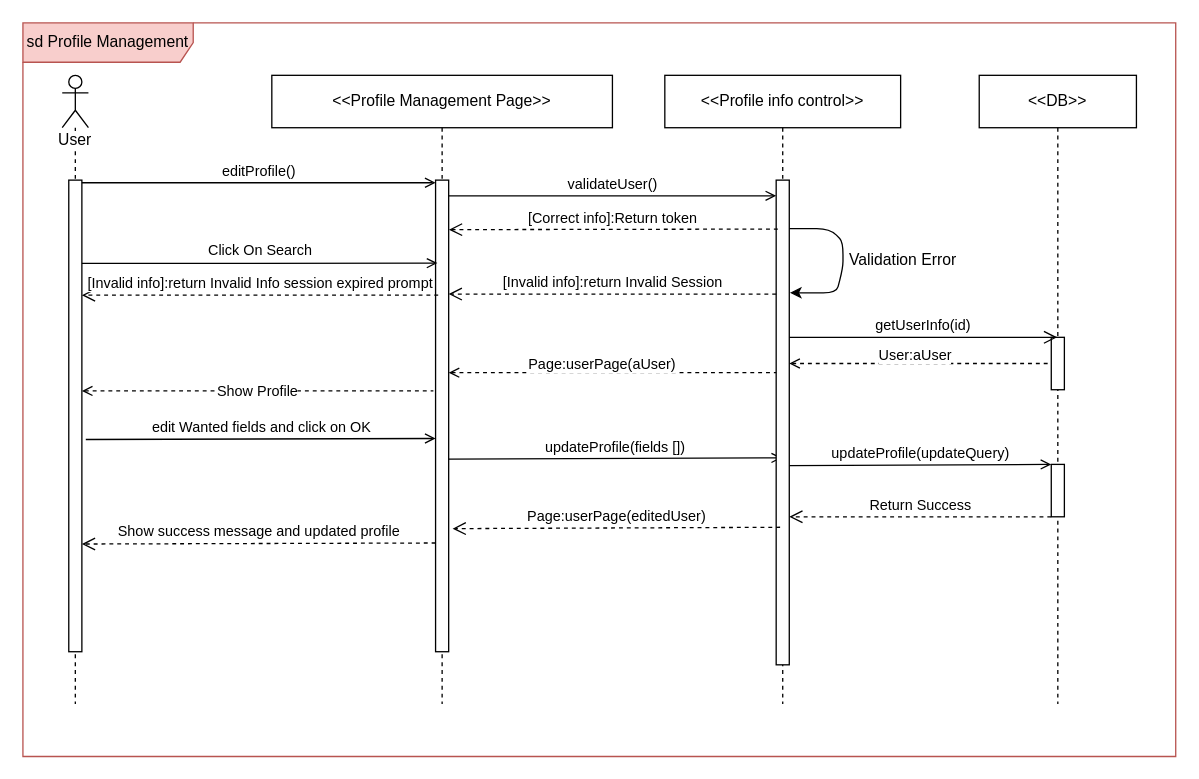
Before: page "ProfileManagement-SD" (7 of 20) of SequenceDiagram/Middleware_CarBaMaSequenceDiagram.drawio in MelvinMo/CarBaMa_Automotive-Sale-Application, a draw.io diagram. Source tidied: cells renumbered, new cells numbered last; positions are measured from the earlier drawing's top-left corner, leaving out a move shared by most shapes. Both pictures are drawn from the tidied source at 131%, with x=0, y=0 at pixel (22, 22).
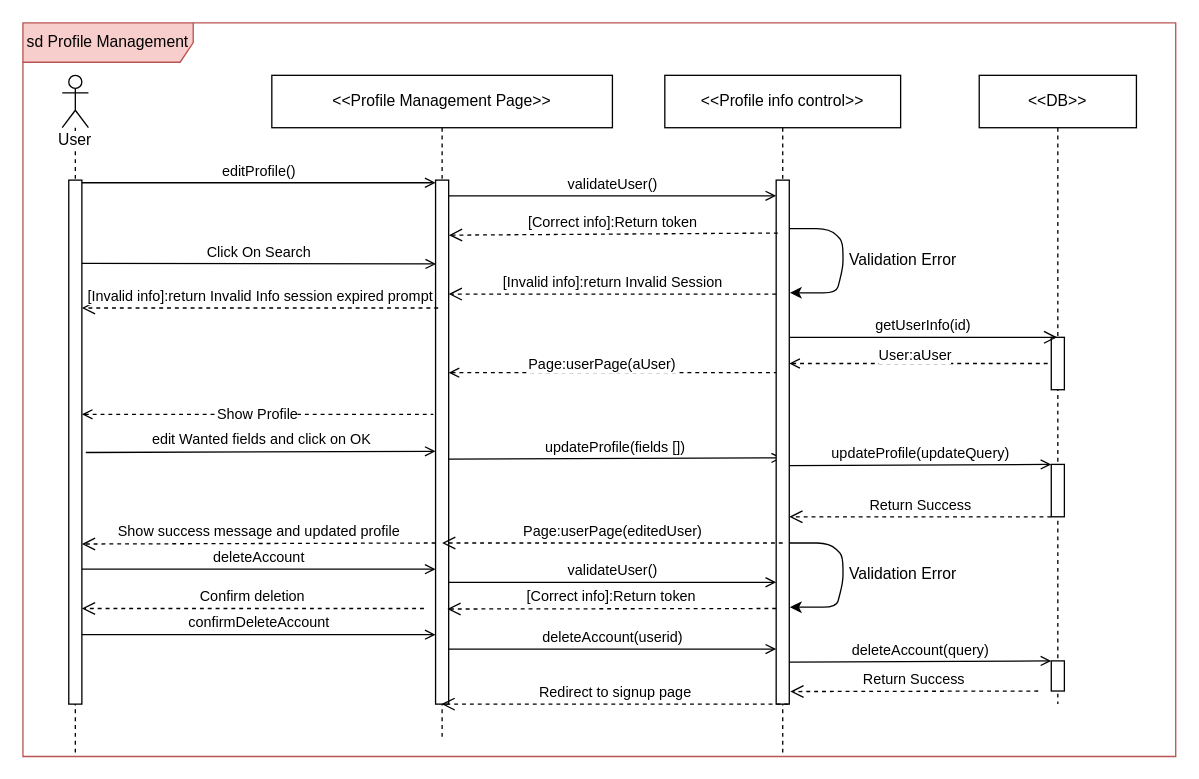
Above is the later version.

The change refers to these unchanged cells:
```xml
<mxCell id="20" value="&amp;lt;&amp;lt;DB&amp;gt;&amp;gt;" style="shape=umlLifeline;perimeter=lifelinePerimeter;whiteSpace=wrap;html=1;outlineConnect=0;" parent="1" vertex="1">
  <mxGeometry x="730" y="40" width="120" height="480" as="geometry" />
</mxCell>
```

The edit, as a diff of the source:
```diff
@@
     <mxCell id="3" value="User" style="shape=umlLifeline;participant=umlActor;perimeter=lifelinePerimeter;whiteSpace=wrap;html=1;verticalAlign=top;spacingTop=36;labelBackgroundColor=#ffffff;" parent="1" vertex="1">
-      <mxGeometry x="30" y="40" width="20" height="480" as="geometry" />
+      <mxGeometry x="30" y="40" width="20" height="517" as="geometry" />
     </mxCell>
     <mxCell id="4" style="html=1;points=[];perimeter=orthogonalPerimeter;" parent="3" vertex="1">
-      <mxGeometry x="5" y="80" width="10" height="360" as="geometry" />
+      <mxGeometry x="5" y="80" width="10" height="400" as="geometry" />
     </mxCell>
     <mxCell id="5" value="&amp;lt;&amp;lt;Profile Management Page&amp;gt;&amp;gt;" style="shape=umlLifeline;perimeter=lifelinePerimeter;whiteSpace=wrap;html=1;outlineConnect=0;" parent="1" vertex="1">
-      <mxGeometry x="190" y="40" width="260" height="480" as="geometry" />
+      <mxGeometry x="190" y="40" width="260" height="507" as="geometry" />
     </mxCell>
     <mxCell id="6" style="html=1;points=[];perimeter=orthogonalPerimeter;" parent="5" vertex="1">
-      <mxGeometry x="125" y="80" width="10" height="360" as="geometry" />
+      <mxGeometry x="125" y="80" width="10" height="400" as="geometry" />
     </mxCell>
-    <mxCell id="7" value="Click On Search" style="html=1;verticalAlign=bottom;endArrow=open;endFill=0;entryX=0.14;entryY=0.176;entryDx=0;entryDy=0;entryPerimeter=0;" parent="5" edge="1" target="6">
+    <mxCell id="7" value="Click On Search" style="html=1;verticalAlign=bottom;endArrow=open;endFill=0;entryX=0.04;entryY=0.16;entryDx=0;entryDy=0;entryPerimeter=0;" parent="5" edge="1" target="6">
       <mxGeometry relative="1" as="geometry">
         <mxPoint x="-145" y="143.5" as="sourcePoint" />
-        <Array as="points">
-          <mxPoint x="-35" y="143.5" />
-        </Array>
       </mxGeometry>
     </mxCell>
@@
     <mxCell id="9" value="edit Wanted fields and click on OK" style="html=1;verticalAlign=bottom;endArrow=open;endFill=0;exitX=1.1;exitY=0.114;exitDx=0;exitDy=0;exitPerimeter=0;" parent="5" edge="1">
       <mxGeometry relative="1" as="geometry">
-        <mxPoint x="-142" y="278" as="sourcePoint" />
-        <mxPoint x="125" y="277.2" as="targetPoint" />
+        <mxPoint x="-142" y="287.9" as="sourcePoint" />
+        <mxPoint x="125" y="287" as="targetPoint" />
       </mxGeometry>
     </mxCell>
@@
+    <mxCell id="32" value="confirmDeleteAccount" style="html=1;verticalAlign=bottom;endArrow=open;endFill=0;" parent="5" edge="1">
+      <mxGeometry relative="1" as="geometry">
+        <mxPoint x="-145" y="427" as="sourcePoint" />
+        <mxPoint x="125" y="427" as="targetPoint" />
+        <Array as="points">
+          <mxPoint x="-110" y="427" />
+          <mxPoint x="20" y="427" />
+        </Array>
+      </mxGeometry>
+    </mxCell>
@@
     <mxCell id="12" value="&amp;lt;&amp;lt;Profile info control&amp;gt;&amp;gt;" style="shape=umlLifeline;perimeter=lifelinePerimeter;whiteSpace=wrap;html=1;" parent="1" vertex="1">
-      <mxGeometry x="490" y="40" width="180" height="480" as="geometry" />
+      <mxGeometry x="490" y="40" width="180" height="517" as="geometry" />
     </mxCell>
     <mxCell id="13" style="html=1;points=[];perimeter=orthogonalPerimeter;" parent="12" vertex="1">
-      <mxGeometry x="85" y="80" width="10" height="370" as="geometry" />
+      <mxGeometry x="85" y="80" width="10" height="400" as="geometry" />
     </mxCell>
@@
+    <mxCell id="33" value="validateUser()" style="html=1;verticalAlign=bottom;endArrow=open;endFill=0;" parent="12" edge="1">
+      <mxGeometry relative="1" as="geometry">
+        <mxPoint x="-165" y="387" as="sourcePoint" />
+        <mxPoint x="85" y="387" as="targetPoint" />
+        <Array as="points">
+          <mxPoint x="-130" y="387" />
+          <mxPoint y="387" />
+        </Array>
+      </mxGeometry>
+    </mxCell>
@@
+    <mxCell id="34" style="html=1;perimeter=orthogonalPerimeter;" parent="20" vertex="1">
+      <mxGeometry x="55" y="447" width="10" height="23" as="geometry" />
+    </mxCell>
+    <mxCell id="35" value="Return Success" style="html=1;verticalAlign=bottom;endArrow=open;dashed=1;endSize=8;entryX=1.08;entryY=0.976;entryDx=0;entryDy=0;entryPerimeter=0;" parent="20" edge="1" target="13">
+      <mxGeometry relative="1" as="geometry">
+        <mxPoint x="45" y="470" as="sourcePoint" />
+      </mxGeometry>
+    </mxCell>
@@
-    <mxCell id="28" value="Page:userPage(editedUser)" style="html=1;verticalAlign=bottom;endArrow=open;dashed=1;endSize=8;entryX=1.3;entryY=0.739;entryDx=0;entryDy=0;entryPerimeter=0;" parent="1" edge="1" target="6">
+    <mxCell id="28" value="Page:userPage(editedUser)" style="html=1;verticalAlign=bottom;endArrow=open;dashed=1;endSize=8;" parent="1" edge="1">
       <mxGeometry relative="1" as="geometry">
-        <mxPoint x="578" y="385" as="sourcePoint" />
+        <mxPoint x="580" y="397" as="sourcePoint" />
+        <mxPoint x="320" y="397" as="targetPoint" />
       </mxGeometry>
     </mxCell>
@@
+    <mxCell id="36" style="endArrow=classic;html=1;exitX=0.9;exitY=0.111;exitDx=0;exitDy=0;exitPerimeter=0;entryX=0.952;entryY=0.153;entryDx=0;entryDy=0;entryPerimeter=0;" parent="1" edge="1">
+      <mxGeometry relative="1" as="geometry">
+        <mxPoint x="585" y="397" as="sourcePoint" />
+        <mxPoint x="585.5" y="446" as="targetPoint" />
+        <Array as="points">
+          <mxPoint x="616" y="397" />
+          <mxPoint x="626" y="407" />
+          <mxPoint x="626" y="427" />
+          <mxPoint x="621" y="446" />
+        </Array>
+      </mxGeometry>
+    </mxCell>
+    <mxCell id="37" value="Validation Error" style="text;html=1;strokeColor=none;fillColor=none;align=center;verticalAlign=middle;whiteSpace=wrap;rounded=0;" parent="1" vertex="1">
+      <mxGeometry x="617" y="411" width="110" height="20" as="geometry" />
+    </mxCell>
+    <mxCell id="38" value="deleteAccount" style="html=1;verticalAlign=bottom;endArrow=open;endFill=0;" parent="1" edge="1">
+      <mxGeometry relative="1" as="geometry">
+        <mxPoint x="45" y="417" as="sourcePoint" />
+        <mxPoint x="315" y="417" as="targetPoint" />
+        <Array as="points">
+          <mxPoint x="80" y="417" />
+          <mxPoint x="210" y="417" />
+        </Array>
+      </mxGeometry>
+    </mxCell>
+    <mxCell id="39" value="[Correct info]:Return token" style="html=1;verticalAlign=bottom;endArrow=open;dashed=1;endSize=8;entryX=1.019;entryY=0.105;entryDx=0;entryDy=0;entryPerimeter=0;exitX=0.124;exitY=0.101;exitDx=0;exitDy=0;exitPerimeter=0;" parent="1" edge="1">
+      <mxGeometry relative="1" as="geometry">
+        <mxPoint x="575" y="447" as="sourcePoint" />
+        <mxPoint x="324" y="447.4" as="targetPoint" />
+      </mxGeometry>
+    </mxCell>
+    <mxCell id="40" value="Confirm deletion" style="html=1;verticalAlign=bottom;endArrow=open;dashed=1;endSize=8;exitX=0.124;exitY=0.101;exitDx=0;exitDy=0;exitPerimeter=0;" parent="1" edge="1" target="4">
+      <mxGeometry relative="1" as="geometry">
+        <mxPoint x="306.1" y="447" as="sourcePoint" />
+      </mxGeometry>
+    </mxCell>
+    <mxCell id="41" value="deleteAccount(userid)" style="html=1;verticalAlign=bottom;endArrow=open;endFill=0;exitX=1.1;exitY=0.114;exitDx=0;exitDy=0;exitPerimeter=0;" parent="1" edge="1" target="13">
+      <mxGeometry relative="1" as="geometry">
+        <mxPoint x="325" y="478" as="sourcePoint" />
+      </mxGeometry>
+    </mxCell>
+    <mxCell id="42" value="deleteAccount(query)" style="html=1;verticalAlign=bottom;endArrow=open;endFill=0;exitX=1.1;exitY=0.114;exitDx=0;exitDy=0;exitPerimeter=0;" parent="1" edge="1">
+      <mxGeometry relative="1" as="geometry">
+        <mxPoint x="585" y="488" as="sourcePoint" />
+        <mxPoint x="785" y="487" as="targetPoint" />
+      </mxGeometry>
+    </mxCell>
+    <mxCell id="43" value="Redirect to signup page" style="html=1;verticalAlign=bottom;endArrow=open;dashed=1;endSize=8;" parent="1" edge="1" target="5">
+      <mxGeometry relative="1" as="geometry">
+        <mxPoint x="584.2" y="520" as="sourcePoint" />
+      </mxGeometry>
+    </mxCell>
```
